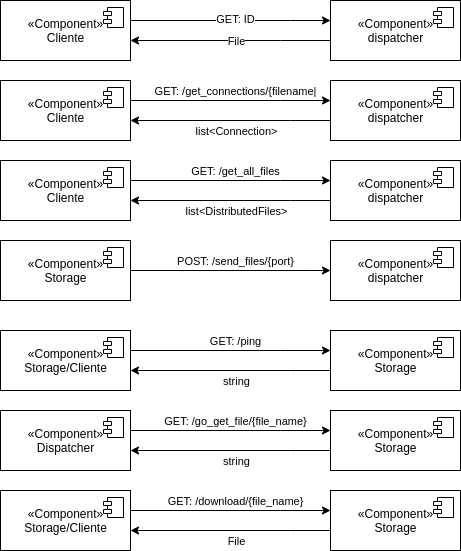
This is diagramas/diagramas-comunicacion.png from dhasane/gestor-informacion, a draw.io export, as it was before one commit. Source tidied: cells renumbered, new cells last; positions are measured from the earlier drawing's top-left corner, leaving out a move shared by most shapes.
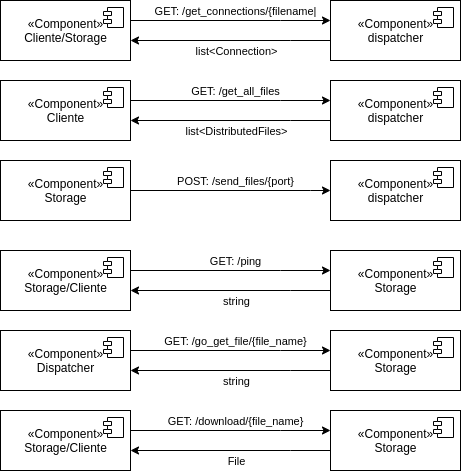
After the commit.

The edit, as a diff of the source:
```diff
@@ -2,44 +2,6 @@
   <root>
     <mxCell id="0" />
     <mxCell id="1" parent="0" />
-    <mxCell id="2" style="edgeStyle=orthogonalEdgeStyle;rounded=0;jettySize=auto;html=1;" parent="1" edge="1" source="4" target="8">
-      <mxGeometry relative="1" as="geometry">
-        <Array as="points">
-          <mxPoint x="280" y="40" />
-          <mxPoint x="280" y="40" />
-        </Array>
-      </mxGeometry>
-    </mxCell>
-    <mxCell id="3" value="File" style="edgeLabel;html=1;align=center;verticalAlign=middle;" parent="2" vertex="1">
-      <mxGeometry x="-0.05" relative="1" as="geometry" />
-    </mxCell>
-    <mxCell id="4" value="«Component»&lt;br&gt;dispatcher" style="html=1;" parent="1" vertex="1">
-      <mxGeometry x="330" width="130" height="60" as="geometry" />
-    </mxCell>
-    <mxCell id="5" style="shape=module;jettyWidth=8;jettyHeight=4;" parent="4" vertex="1">
-      <mxGeometry x="1" width="20" height="20" relative="1" as="geometry">
-        <mxPoint x="-27" y="7" as="offset" />
-      </mxGeometry>
-    </mxCell>
-    <mxCell id="6" style="edgeStyle=orthogonalEdgeStyle;rounded=0;jettySize=auto;html=1;" parent="1" edge="1" source="8" target="4">
-      <mxGeometry relative="1" as="geometry">
-        <Array as="points">
-          <mxPoint x="290" y="20" />
-          <mxPoint x="290" y="20" />
-        </Array>
-      </mxGeometry>
-    </mxCell>
-    <mxCell id="7" value="GET: ID" style="edgeLabel;html=1;align=center;verticalAlign=middle;" parent="6" vertex="1">
-      <mxGeometry x="0.04" y="2" relative="1" as="geometry" />
-    </mxCell>
-    <mxCell id="8" value="«Component»&lt;br&gt;Cliente" style="html=1;" parent="1" vertex="1">
-      <mxGeometry width="130" height="60" as="geometry" />
-    </mxCell>
-    <mxCell id="9" style="shape=module;jettyWidth=8;jettyHeight=4;" parent="8" vertex="1">
-      <mxGeometry x="1" width="20" height="20" relative="1" as="geometry">
-        <mxPoint x="-27" y="7" as="offset" />
-      </mxGeometry>
-    </mxCell>
     <mxCell id="10" style="edgeStyle=orthogonalEdgeStyle;rounded=0;jettySize=auto;html=1;" parent="1" edge="1" source="12" target="16">
       <mxGeometry relative="1" as="geometry">
         <Array as="points">
@@ -74,7 +36,7 @@
         <mxPoint y="-8" as="offset" />
       </mxGeometry>
     </mxCell>
-    <mxCell id="16" value="«Component»&lt;br&gt;Cliente" style="html=1;" parent="1" vertex="1">
+    <mxCell id="16" value="«Component»&lt;br&gt;Cliente/Storage" style="html=1;" parent="1" vertex="1">
       <mxGeometry y="80" width="130" height="60" as="geometry" />
     </mxCell>
     <mxCell id="17" style="shape=module;jettyWidth=8;jettyHeight=4;" parent="16" vertex="1">
```
